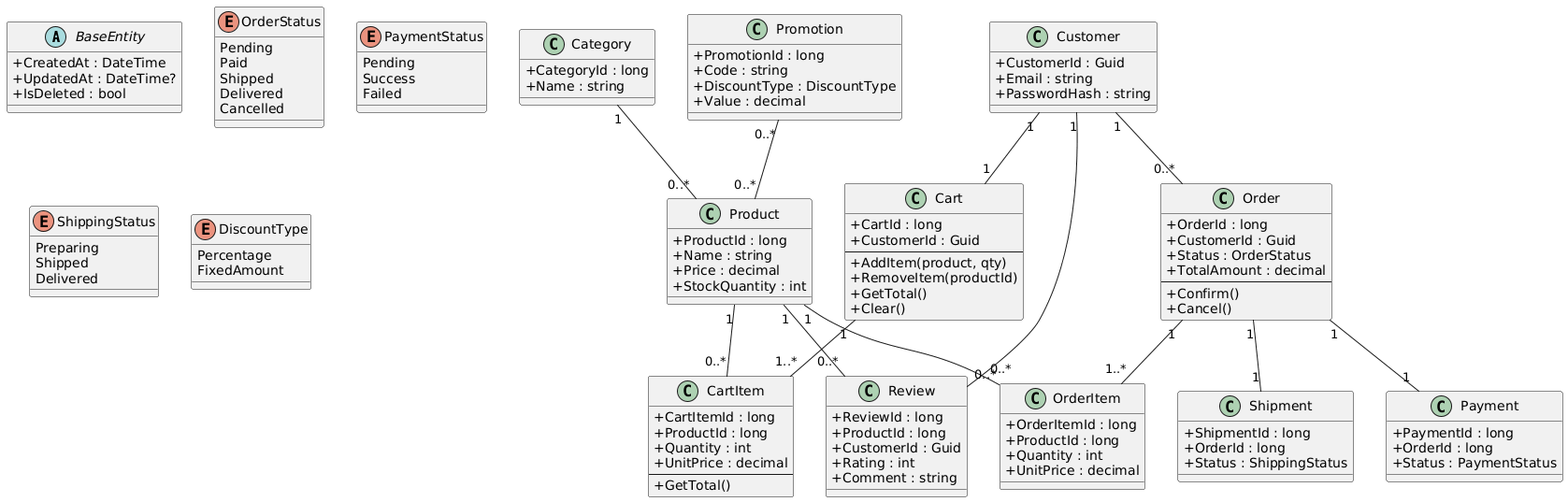
Earlier version of the PlantUML export Docs/uml/class.png (nttndev99/EcommerceWeb).
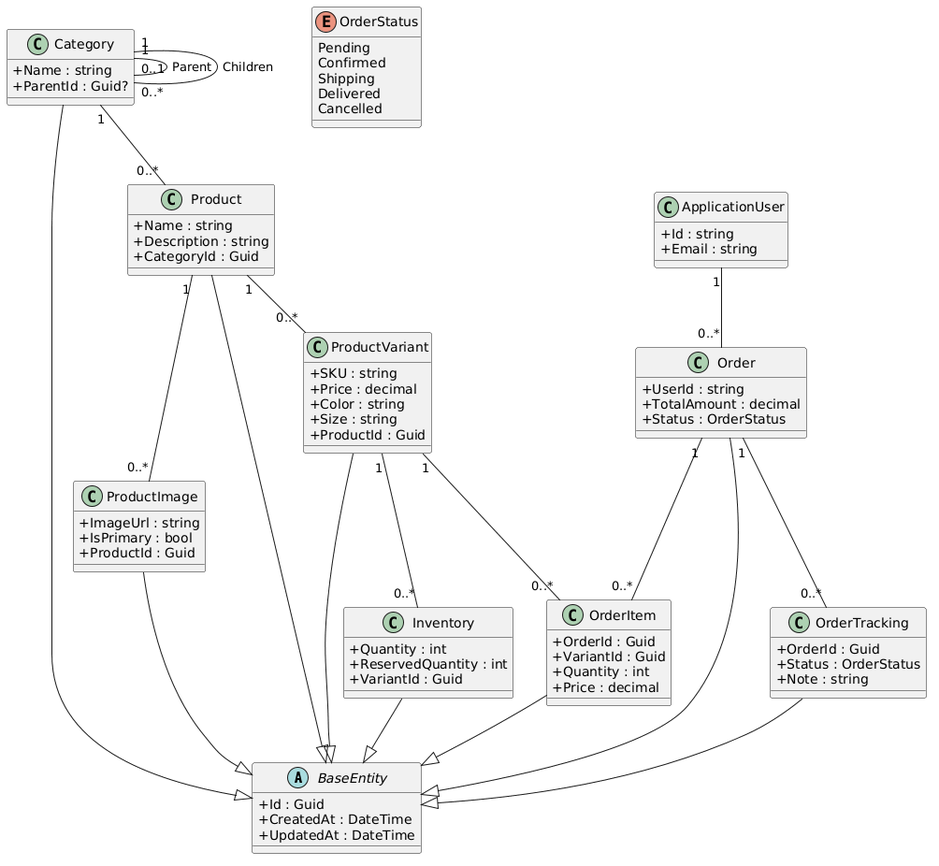
After the commit.

The edit, as a diff of the source:
```diff
@@ -2,133 +2,99 @@
 skinparam classAttributeIconSize 0
 
 abstract class BaseEntity {
-  +CreatedAt : DateTime
-  +UpdatedAt : DateTime?
-  +IsDeleted : bool
-}
-
-class Customer {
-  +CustomerId : Guid
-  +Email : string
-  +PasswordHash : string
+    +Id : Guid
+    +CreatedAt : DateTime
+    +UpdatedAt : DateTime
 }
 
 class Category {
-  +CategoryId : long
-  +Name : string
+    +Name : string
+    +ParentId : Guid?
 }
 
+Category --|> BaseEntity
+Category "1" -- "0..1" Category : Parent
+Category "1" -- "0..*" Category : Children
+
 class Product {
-  +ProductId : long
-  +Name : string
-  +Price : decimal
-  +StockQuantity : int
+    +Name : string
+    +Description : string
+    +CategoryId : Guid
 }
 
+Product --|> BaseEntity
 Category "1" -- "0..*" Product
 
-class Cart {
-  +CartId : long
-  +CustomerId : Guid
-  --
-  +AddItem(product, qty)
-  +RemoveItem(productId)
-  +GetTotal()
-  +Clear()
+class ProductVariant {
+    +SKU : string
+    +Price : decimal
+    +Color : string
+    +Size : string
+    +ProductId : Guid
 }
 
-class CartItem {
-  +CartItemId : long
-  +ProductId : long
-  +Quantity : int
-  +UnitPrice : decimal
-  --
-  +GetTotal()
+ProductVariant --|> BaseEntity
+Product "1" -- "0..*" ProductVariant
+
+class ProductImage {
+    +ImageUrl : string
+    +IsPrimary : bool
+    +ProductId : Guid
 }
 
-Cart "1" -- "1..*" CartItem
-Customer "1" -- "1" Cart
-Product "1" -- "0..*" CartItem
+ProductImage --|> BaseEntity
+Product "1" -- "0..*" ProductImage
+
+class Inventory {
+    +Quantity : int
+    +ReservedQuantity : int
+    +VariantId : Guid
+}
+
+Inventory --|> BaseEntity
+ProductVariant "1" -- "0..*" Inventory
 
 class Order {
-  +OrderId : long
-  +CustomerId : Guid
-  +Status : OrderStatus
-  +TotalAmount : decimal
-  --
-  +Confirm()
-  +Cancel()
+    +UserId : string
+    +TotalAmount : decimal
+    +Status : OrderStatus
 }
 
+Order --|> BaseEntity
+
 class OrderItem {
-  +OrderItemId : long
-  +ProductId : long
-  +Quantity : int
-  +UnitPrice : decimal
+    +OrderId : Guid
+    +VariantId : Guid
+    +Quantity : int
+    +Price : decimal
 }
 
-Order "1" -- "1..*" OrderItem
-Customer "1" -- "0..*" Order
-Product "1" -- "0..*" OrderItem
+OrderItem --|> BaseEntity
+
+Order "1" -- "0..*" OrderItem
+ProductVariant "1" -- "0..*" OrderItem
+
+class OrderTracking {
+    +OrderId : Guid
+    +Status : OrderStatus
+    +Note : string
+}
+
+OrderTracking --|> BaseEntity
+Order "1" -- "0..*" OrderTracking
+
+class ApplicationUser {
+    +Id : string
+    +Email : string
+}
+
+ApplicationUser "1" -- "0..*" Order
 
 enum OrderStatus {
-  Pending
-  Paid
-  Shipped
-  Delivered
-  Cancelled
+    Pending
+    Confirmed
+    Shipping
+    Delivered
+    Cancelled
 }
-
-class Payment {
-  +PaymentId : long
-  +OrderId : long
-  +Status : PaymentStatus
-}
-
-enum PaymentStatus {
-  Pending
-  Success
-  Failed
-}
-
-Order "1" -- "1" Payment
-
-class Shipment {
-  +ShipmentId : long
-  +OrderId : long
-  +Status : ShippingStatus
-}
-
-enum ShippingStatus {
-  Preparing
-  Shipped
-  Delivered
-}
-
-Order "1" -- "1" Shipment
-
-class Promotion {
-  +PromotionId : long
-  +Code : string
-  +DiscountType : DiscountType
-  +Value : decimal
-}
-
-enum DiscountType {
-  Percentage
-  FixedAmount
-}
-
-Promotion "0..*" -- "0..*" Product
-
-class Review {
-  +ReviewId : long
-  +ProductId : long
-  +CustomerId : Guid
-  +Rating : int
-  +Comment : string
-}
-
-Product "1" -- "0..*" Review
-Customer "1" -- "0..*" Review
 @enduml
```
